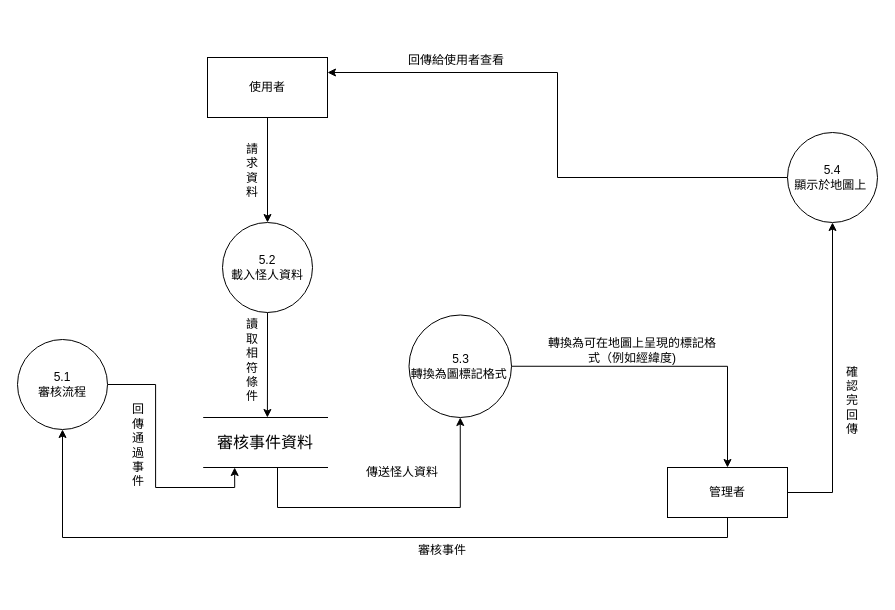
Sum5678/114502_project keeps this draw.io diagram as page "第 1 页" (1 of 4) of 文件/文件類圖/35ex圖五的副本.drawio. Above is the earlier version. Source tidied: cells renumbered, new cells numbered last; positions are measured from the earlier drawing's top-left corner, leaving out a move shared by most shapes. Both pictures are drawn from the tidied source at 100%, with x=0, y=0 at pixel (17, 17).
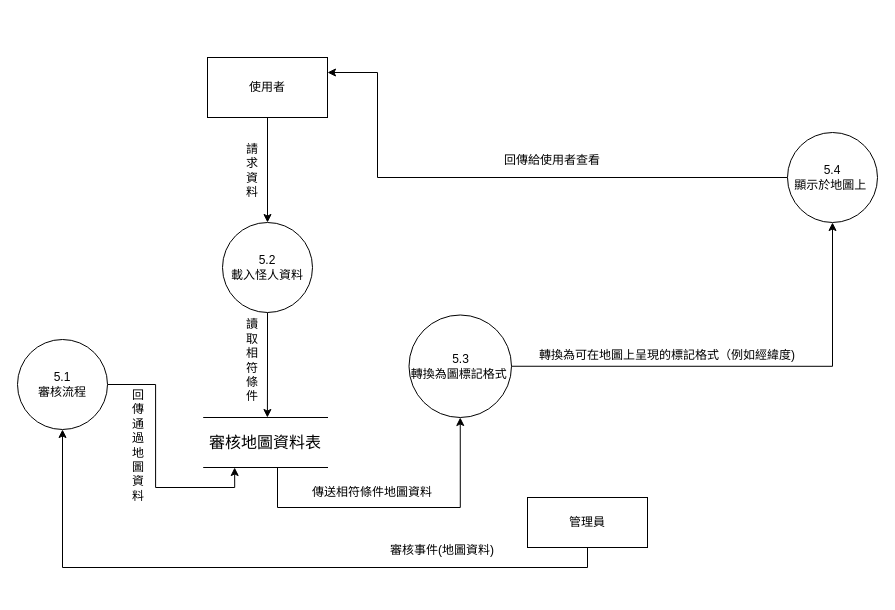
The same page after the edit.

Commit message (it also covers changes not shown here):
改圖裡資料表

Unchanged cells that the change refers to:
```xml
<mxCell id="3" value="使用者" style="rounded=0;whiteSpace=wrap;html=1;" parent="1" vertex="1">
  <mxGeometry x="190" y="40" width="120" height="60" as="geometry" />
</mxCell>
<mxCell id="14" value="5.3&lt;div&gt;轉換為圖標記格式&amp;nbsp;&lt;/div&gt;" style="ellipse;whiteSpace=wrap;html=1;" parent="1" vertex="1">
  <mxGeometry x="391.5" y="297.5" width="102.5" height="102.5" as="geometry" />
</mxCell>
<mxCell id="16" value="5.4&lt;div&gt;顯示於地圖上&amp;nbsp;&lt;/div&gt;" style="ellipse;whiteSpace=wrap;html=1;" parent="1" vertex="1">
  <mxGeometry x="770" y="115" width="90" height="90" as="geometry" />
</mxCell>
```

The edit, as a diff of the source:
```diff
@@
-    <mxCell id="5" style="edgeStyle=orthogonalEdgeStyle;rounded=0;jettySize=auto;html=1;exitX=1;exitY=0.5;exitDx=0;exitDy=0;entryX=0.5;entryY=1;entryDx=0;entryDy=0;" parent="1" edge="1" source="6" target="16">
-      <mxGeometry relative="1" as="geometry" />
-    </mxCell>
-    <mxCell id="6" value="管理者" style="rounded=0;whiteSpace=wrap;html=1;" parent="1" vertex="1">
-      <mxGeometry x="650" y="450" width="120" height="50" as="geometry" />
+    <mxCell id="6" value="管理員" style="rounded=0;whiteSpace=wrap;html=1;" parent="1" vertex="1">
+      <mxGeometry x="510" y="480" width="120" height="50" as="geometry" />
     </mxCell>
@@
-    <mxCell id="9" value="傳送怪人資料" style="text;html=1;align=center;verticalAlign=middle;whiteSpace=wrap;rounded=0;" parent="1" vertex="1">
-      <mxGeometry x="330" y="412" width="110" height="85" as="geometry" />
+    <mxCell id="9" value="傳送相符條件地圖資料" style="text;html=1;align=center;verticalAlign=middle;whiteSpace=wrap;rounded=0;" parent="1" vertex="1">
+      <mxGeometry x="290" y="432.5" width="130" height="85" as="geometry" />
     </mxCell>
@@
-    <mxCell id="12" value="&lt;font size=&quot;3&quot;&gt;審核事件資料&lt;/font&gt;" style="shape=partialRectangle;whiteSpace=wrap;html=1;left=0;right=0;fillColor=none;" parent="1" vertex="1">
+    <mxCell id="12" value="&lt;font size=&quot;3&quot;&gt;審核地圖資料表&lt;/font&gt;" style="shape=partialRectangle;whiteSpace=wrap;html=1;left=0;right=0;fillColor=none;" parent="1" vertex="1">
       <mxGeometry x="186.2" y="400" width="123.8" height="50" as="geometry" />
     </mxCell>
-    <mxCell id="13" style="edgeStyle=orthogonalEdgeStyle;rounded=0;jettySize=auto;html=1;exitX=1;exitY=0.5;exitDx=0;exitDy=0;entryX=0.5;entryY=0;entryDx=0;entryDy=0;" parent="1" edge="1" source="14" target="6">
+    <mxCell id="13" style="edgeStyle=orthogonalEdgeStyle;rounded=0;jettySize=auto;html=1;exitX=1;exitY=0.5;exitDx=0;exitDy=0;entryX=0.5;entryY=1;entryDx=0;entryDy=0;" parent="1" edge="1" source="14" target="16">
       <mxGeometry relative="1" as="geometry" />
     </mxCell>
@@
     <mxCell id="15" style="edgeStyle=orthogonalEdgeStyle;rounded=0;jettySize=auto;html=1;entryX=1;entryY=0.25;entryDx=0;entryDy=0;" parent="1" edge="1" source="16" target="3">
-      <mxGeometry relative="1" as="geometry" />
+      <mxGeometry relative="1" as="geometry">
+        <Array as="points">
+          <mxPoint x="360" y="160" />
+          <mxPoint x="360" y="55" />
+        </Array>
+      </mxGeometry>
     </mxCell>
@@
     <mxCell id="20" value="回傳給使用者查看" style="text;html=1;align=center;verticalAlign=middle;whiteSpace=wrap;rounded=0;" parent="1" vertex="1">
-      <mxGeometry x="384" width="110" height="85" as="geometry" />
+      <mxGeometry x="480" y="100" width="110" height="85" as="geometry" />
     </mxCell>
-    <mxCell id="21" value="審核事件" style="text;html=1;align=center;verticalAlign=middle;whiteSpace=wrap;rounded=0;" parent="1" vertex="1">
+    <mxCell id="21" value="審核事件(地圖資料)" style="text;html=1;align=center;verticalAlign=middle;whiteSpace=wrap;rounded=0;" parent="1" vertex="1">
       <mxGeometry x="370" y="490" width="110" height="85" as="geometry" />
     </mxCell>
     <mxCell id="22" value="轉換為可在地圖上呈現的標記格式（例如經緯度)" style="text;html=1;align=center;verticalAlign=middle;whiteSpace=wrap;rounded=0;" parent="1" vertex="1">
-      <mxGeometry x="530" y="290" width="170" height="85" as="geometry" />
+      <mxGeometry x="520" y="295" width="260" height="85" as="geometry" />
     </mxCell>
-    <mxCell id="23" value="確認完回傳" style="text;html=1;align=center;verticalAlign=middle;whiteSpace=wrap;rounded=0;" parent="1" vertex="1">
-      <mxGeometry x="830" y="340" width="10" height="85" as="geometry" />
-    </mxCell>
@@
-    <mxCell id="26" value="回傳通過事件" style="text;html=1;align=center;verticalAlign=middle;whiteSpace=wrap;rounded=0;" parent="1" vertex="1">
+    <mxCell id="26" value="回傳通過地圖資料" style="text;html=1;align=center;verticalAlign=middle;whiteSpace=wrap;rounded=0;" parent="1" vertex="1">
       <mxGeometry x="120" y="385" height="85" as="geometry" />
     </mxCell>
```
